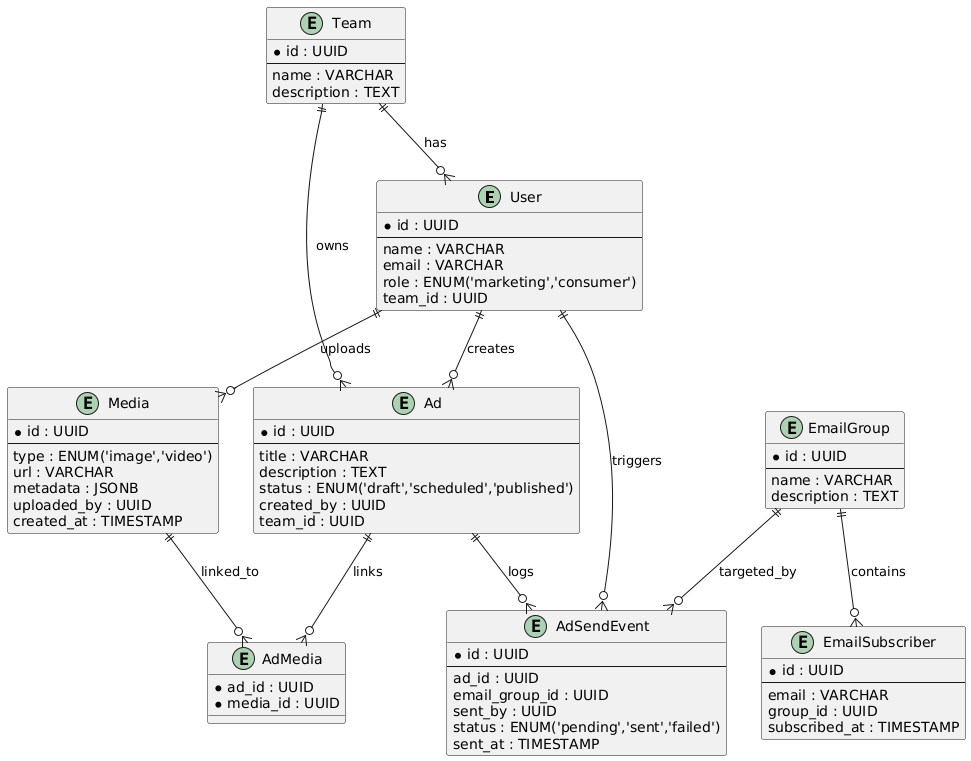
The PlantUML diagram docs/images/sql_uml_diagram.png in dontloseyourheadsu/MarketingApp, before a commit. Its diagram source:
```plantuml
@startuml
entity "User" as User {
  * id : UUID
  --
  name : VARCHAR
  email : VARCHAR
  role : ENUM('marketing','consumer')
  team_id : UUID
}

entity "Team" as Team {
  * id : UUID
  --
  name : VARCHAR
  description : TEXT
}

entity "Media" as Media {
  * id : UUID
  --
  type : ENUM('image','video')
  url : VARCHAR
  metadata : JSONB
  uploaded_by : UUID
  created_at : TIMESTAMP
}

entity "Ad" as Ad {
  * id : UUID
  --
  title : VARCHAR
  description : TEXT
  status : ENUM('draft','scheduled','published')
  created_by : UUID
  team_id : UUID
}

entity "AdMedia" as AdMedia {
  * ad_id : UUID
  * media_id : UUID
}

entity "EmailGroup" as EmailGroup {
  * id : UUID
  --
  name : VARCHAR
  description : TEXT
}

entity "EmailSubscriber" as EmailSubscriber {
  * id : UUID
  --
  email : VARCHAR
  group_id : UUID
  subscribed_at : TIMESTAMP
}

entity "AdSendEvent" as AdSendEvent {
  * id : UUID
  --
  ad_id : UUID
  email_group_id : UUID
  sent_by : UUID
  status : ENUM('pending','sent','failed')
  sent_at : TIMESTAMP
}

Team ||--o{ User : has
Team ||--o{ Ad : owns
User ||--o{ Media : uploads
User ||--o{ Ad : creates
Ad ||--o{ AdMedia : links
Media ||--o{ AdMedia : linked_to
EmailGroup ||--o{ EmailSubscriber : contains
Ad ||--o{ AdSendEvent : logs
EmailGroup ||--o{ AdSendEvent : targeted_by
User ||--o{ AdSendEvent : triggers
@enduml
```
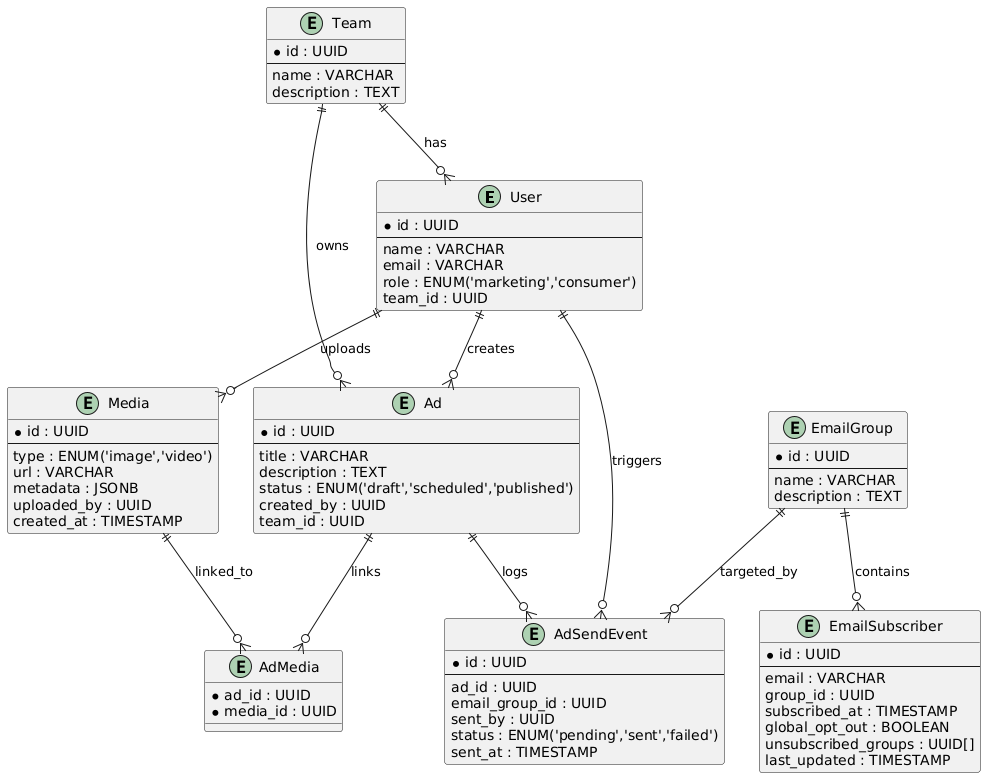
The same file after the commit.

The edit, as a diff of the source:
```diff
@@ -53,6 +53,9 @@
   email : VARCHAR
   group_id : UUID
   subscribed_at : TIMESTAMP
+  global_opt_out : BOOLEAN
+  unsubscribed_groups : UUID[]
+  last_updated : TIMESTAMP
 }
 
 entity "AdSendEvent" as AdSendEvent {
```
